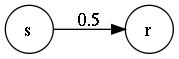
The Graphviz diagram WebOfTrust/s.dot.png in hariseldon78/web_of_trust, before a commit. Its source is kept beside it as WebOfTrust/s.dot.
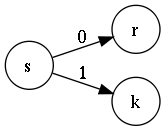
The same file after the commit.

The edit, as a diff of the source:
```diff
@@ -1,5 +1,6 @@
 digraph net {
 rankdir=LR;
 node [shape=circle];
-s -> r [ label = 0.5 ];
+s -> r [ label = 0 ];
+s -> k [ label = 1 ];
 }
```
